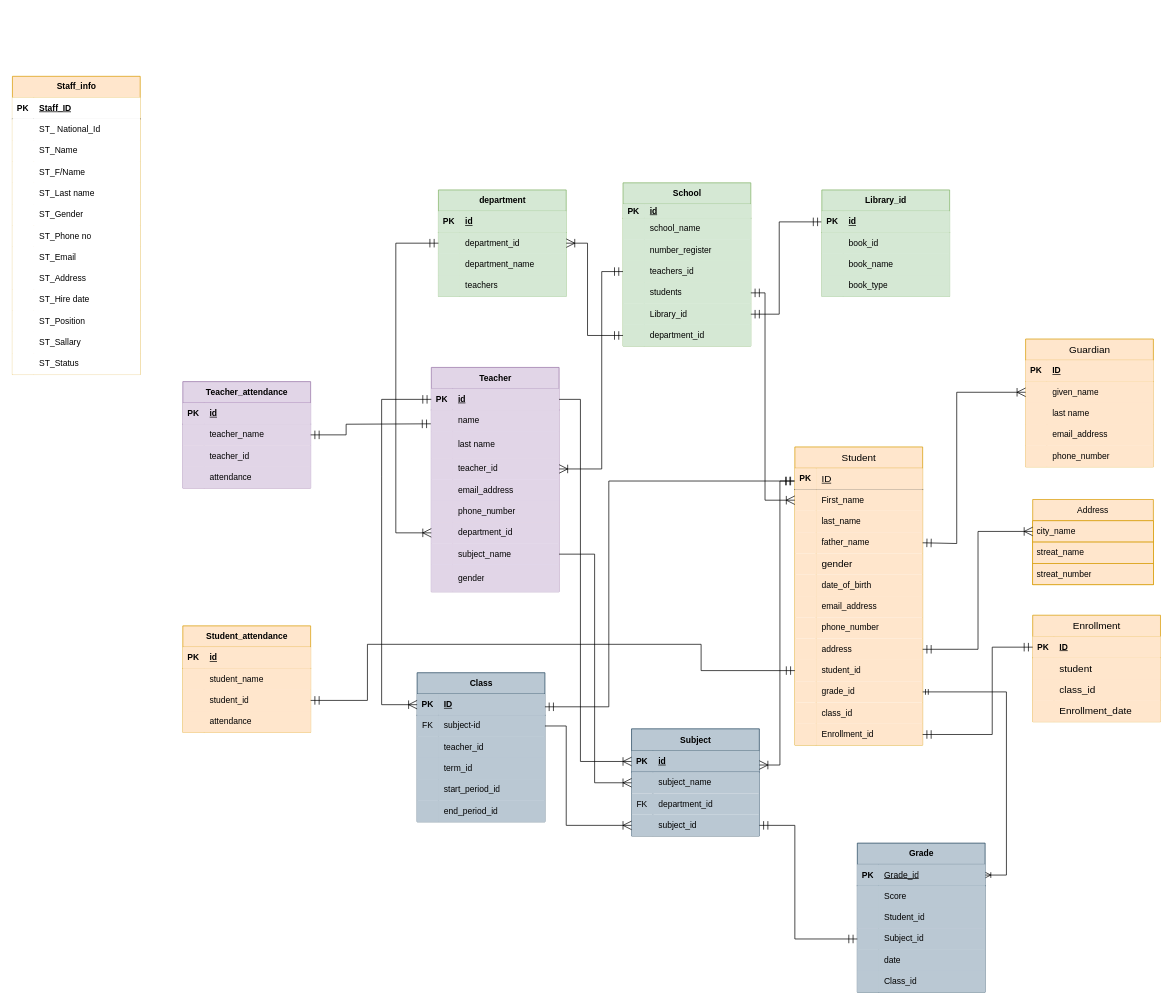
Earlier version of the draw.io diagram page "Page-1" (1 of 2) of ERD for School.drawio (murtazaGharibyar1383/Database-for-school). Source tidied: cells renumbered, new cells numbered last; positions are measured from the earlier drawing's top-left corner, leaving out a move shared by most shapes. Both pictures are drawn from the tidied source at 71%, with x=0, y=0 at pixel (12, 76).
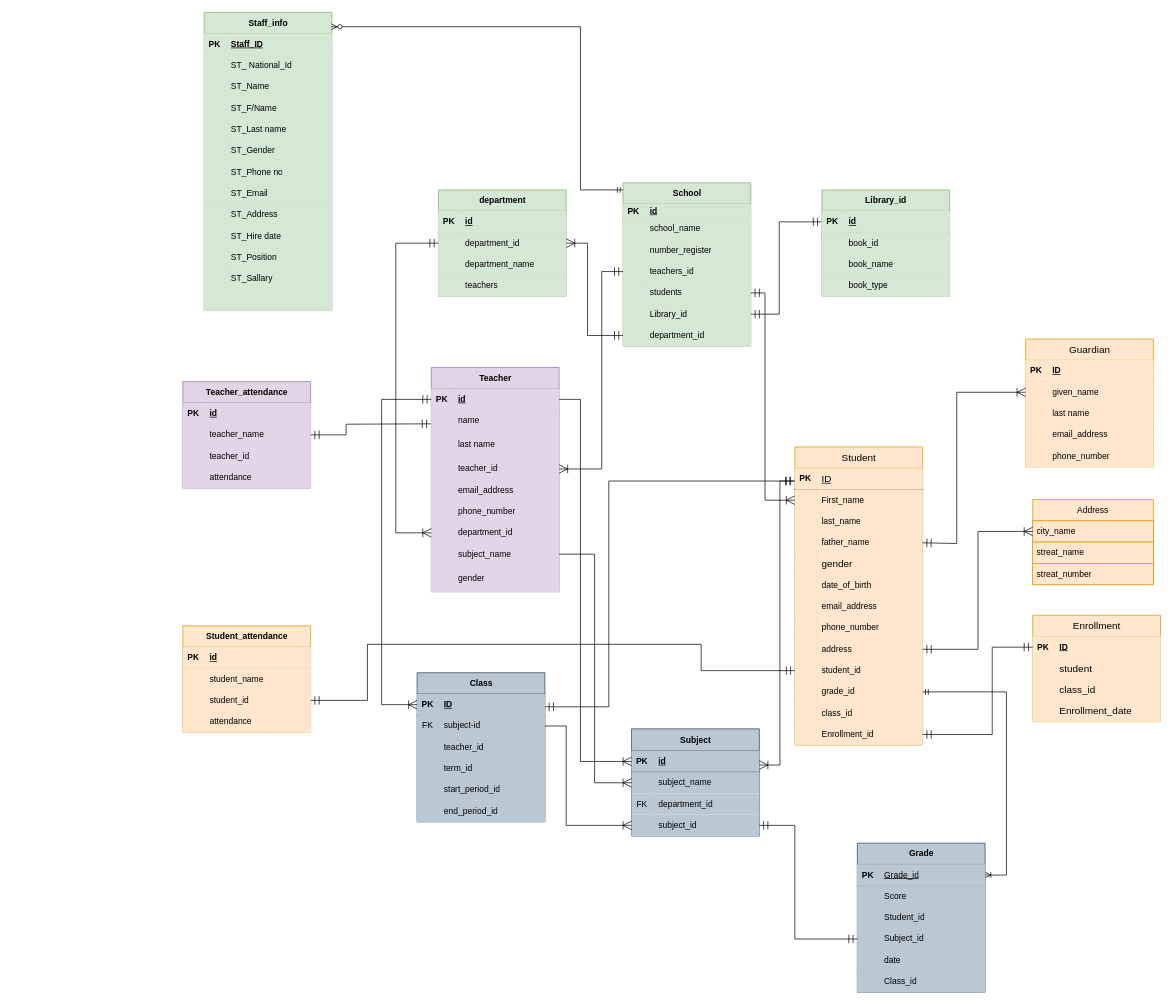
After the change.

The edit, as a diff of the source:
```diff
@@
-    <mxCell id="246" value="Staff_info" style="shape=table;startSize=30;childLayout=tableLayout;rowLines=0;fontStyle=1;align=center;html=1;fillColor=#ffe6cc;strokeColor=#d79b00;" parent="1" vertex="1">
-      <mxGeometry width="180" height="420" as="geometry" />
+    <mxCell id="246" value="Staff_info" style="shape=table;startSize=30;childLayout=tableLayout;rowLines=0;fontStyle=1;align=center;html=1;fillColor=#d5e8d4;strokeColor=#82b366;" parent="1" vertex="1">
+      <mxGeometry x="270" y="-90" width="180" height="420" as="geometry" />
     </mxCell>
-    <mxCell id="247" style="shape=tableRow;horizontal=0;startSize=0;swimlaneHead=0;swimlaneBody=0;top=0;left=0;right=0;bottom=1;" parent="246" vertex="1">
+    <mxCell id="247" style="shape=tableRow;horizontal=0;startSize=0;swimlaneHead=0;swimlaneBody=0;top=0;left=0;right=0;bottom=1;fillColor=#d5e8d4;strokeColor=#82b366;" parent="246" vertex="1">
       <mxGeometry y="30" width="180" height="30" as="geometry" />
     </mxCell>
-    <mxCell id="248" value="PK" style="shape=partialRectangle;top=0;left=0;bottom=0;right=0;fontStyle=1;overflow=hidden;whiteSpace=wrap;html=1;" parent="247" vertex="1">
+    <mxCell id="248" value="PK" style="shape=partialRectangle;top=0;left=0;bottom=0;right=0;fontStyle=1;overflow=hidden;whiteSpace=wrap;html=1;fillColor=#d5e8d4;strokeColor=#82b366;" parent="247" vertex="1">
       <mxGeometry width="30" height="30" as="geometry" />
     </mxCell>
-    <mxCell id="249" value="Staff_ID" style="shape=partialRectangle;top=0;left=0;bottom=0;right=0;align=left;spacingLeft=6;fontStyle=5;overflow=hidden;whiteSpace=wrap;html=1;" parent="247" vertex="1">
+    <mxCell id="249" value="Staff_ID" style="shape=partialRectangle;top=0;left=0;bottom=0;right=0;align=left;spacingLeft=6;fontStyle=5;overflow=hidden;whiteSpace=wrap;html=1;fillColor=#d5e8d4;strokeColor=#82b366;" parent="247" vertex="1">
       <mxGeometry x="30" width="150" height="30" as="geometry" />
     </mxCell>
-    <mxCell id="250" style="shape=tableRow;horizontal=0;startSize=0;swimlaneHead=0;swimlaneBody=0;top=0;left=0;right=0;bottom=0;" parent="246" vertex="1">
+    <mxCell id="250" style="shape=tableRow;horizontal=0;startSize=0;swimlaneHead=0;swimlaneBody=0;top=0;left=0;right=0;bottom=0;fillColor=#d5e8d4;strokeColor=#82b366;" parent="246" vertex="1">
       <mxGeometry y="60" width="180" height="30" as="geometry" />
     </mxCell>
-    <mxCell id="251" style="shape=partialRectangle;top=0;left=0;bottom=0;right=0;overflow=hidden;whiteSpace=wrap;html=1;" parent="250" vertex="1">
+    <mxCell id="251" style="shape=partialRectangle;top=0;left=0;bottom=0;right=0;overflow=hidden;whiteSpace=wrap;html=1;fillColor=#d5e8d4;strokeColor=#82b366;" parent="250" vertex="1">
       <mxGeometry width="30" height="30" as="geometry" />
     </mxCell>
-    <mxCell id="252" value="ST_ National_Id" style="shape=partialRectangle;top=0;left=0;bottom=0;right=0;align=left;spacingLeft=6;overflow=hidden;whiteSpace=wrap;html=1;" parent="250" vertex="1">
+    <mxCell id="252" value="ST_ National_Id" style="shape=partialRectangle;top=0;left=0;bottom=0;right=0;align=left;spacingLeft=6;overflow=hidden;whiteSpace=wrap;html=1;fillColor=#d5e8d4;strokeColor=#82b366;" parent="250" vertex="1">
       <mxGeometry x="30" width="150" height="30" as="geometry" />
     </mxCell>
-    <mxCell id="253" style="shape=tableRow;horizontal=0;startSize=0;swimlaneHead=0;swimlaneBody=0;top=0;left=0;right=0;bottom=0;" parent="246" vertex="1">
+    <mxCell id="253" style="shape=tableRow;horizontal=0;startSize=0;swimlaneHead=0;swimlaneBody=0;top=0;left=0;right=0;bottom=0;fillColor=#d5e8d4;strokeColor=#82b366;" parent="246" vertex="1">
       <mxGeometry y="90" width="180" height="30" as="geometry" />
     </mxCell>
-    <mxCell id="254" style="shape=partialRectangle;top=0;left=0;bottom=0;right=0;overflow=hidden;whiteSpace=wrap;html=1;" parent="253" vertex="1">
+    <mxCell id="254" style="shape=partialRectangle;top=0;left=0;bottom=0;right=0;overflow=hidden;whiteSpace=wrap;html=1;fillColor=#d5e8d4;strokeColor=#82b366;" parent="253" vertex="1">
       <mxGeometry width="30" height="30" as="geometry" />
     </mxCell>
-    <mxCell id="255" value="ST_Name" style="shape=partialRectangle;top=0;left=0;bottom=0;right=0;align=left;spacingLeft=6;overflow=hidden;whiteSpace=wrap;html=1;" parent="253" vertex="1">
+    <mxCell id="255" value="ST_Name" style="shape=partialRectangle;top=0;left=0;bottom=0;right=0;align=left;spacingLeft=6;overflow=hidden;whiteSpace=wrap;html=1;fillColor=#d5e8d4;strokeColor=#82b366;" parent="253" vertex="1">
       <mxGeometry x="30" width="150" height="30" as="geometry" />
     </mxCell>
-    <mxCell id="256" style="shape=tableRow;horizontal=0;startSize=0;swimlaneHead=0;swimlaneBody=0;top=0;left=0;right=0;bottom=0;" parent="246" vertex="1">
+    <mxCell id="256" style="shape=tableRow;horizontal=0;startSize=0;swimlaneHead=0;swimlaneBody=0;top=0;left=0;right=0;bottom=0;fillColor=#d5e8d4;strokeColor=#82b366;" parent="246" vertex="1">
       <mxGeometry y="120" width="180" height="30" as="geometry" />
     </mxCell>
-    <mxCell id="257" style="shape=partialRectangle;top=0;left=0;bottom=0;right=0;overflow=hidden;whiteSpace=wrap;html=1;" parent="256" vertex="1">
+    <mxCell id="257" style="shape=partialRectangle;top=0;left=0;bottom=0;right=0;overflow=hidden;whiteSpace=wrap;html=1;fillColor=#d5e8d4;strokeColor=#82b366;" parent="256" vertex="1">
       <mxGeometry width="30" height="30" as="geometry" />
     </mxCell>
-    <mxCell id="258" value="ST_F/Name" style="shape=partialRectangle;top=0;left=0;bottom=0;right=0;align=left;spacingLeft=6;overflow=hidden;whiteSpace=wrap;html=1;" parent="256" vertex="1">
+    <mxCell id="258" value="ST_F/Name" style="shape=partialRectangle;top=0;left=0;bottom=0;right=0;align=left;spacingLeft=6;overflow=hidden;whiteSpace=wrap;html=1;fillColor=#d5e8d4;strokeColor=#82b366;" parent="256" vertex="1">
       <mxGeometry x="30" width="150" height="30" as="geometry" />
     </mxCell>
-    <mxCell id="259" style="shape=tableRow;horizontal=0;startSize=0;swimlaneHead=0;swimlaneBody=0;top=0;left=0;right=0;bottom=0;" parent="246" vertex="1">
+    <mxCell id="259" style="shape=tableRow;horizontal=0;startSize=0;swimlaneHead=0;swimlaneBody=0;top=0;left=0;right=0;bottom=0;fillColor=#d5e8d4;strokeColor=#82b366;" parent="246" vertex="1">
       <mxGeometry y="150" width="180" height="30" as="geometry" />
     </mxCell>
-    <mxCell id="260" style="shape=partialRectangle;top=0;left=0;bottom=0;right=0;overflow=hidden;whiteSpace=wrap;html=1;" parent="259" vertex="1">
+    <mxCell id="260" style="shape=partialRectangle;top=0;left=0;bottom=0;right=0;overflow=hidden;whiteSpace=wrap;html=1;fillColor=#d5e8d4;strokeColor=#82b366;" parent="259" vertex="1">
       <mxGeometry width="30" height="30" as="geometry" />
     </mxCell>
-    <mxCell id="261" value="ST_Last name" style="shape=partialRectangle;top=0;left=0;bottom=0;right=0;align=left;spacingLeft=6;overflow=hidden;whiteSpace=wrap;html=1;" parent="259" vertex="1">
+    <mxCell id="261" value="ST_Last name" style="shape=partialRectangle;top=0;left=0;bottom=0;right=0;align=left;spacingLeft=6;overflow=hidden;whiteSpace=wrap;html=1;fillColor=#d5e8d4;strokeColor=#82b366;" parent="259" vertex="1">
       <mxGeometry x="30" width="150" height="30" as="geometry" />
     </mxCell>
-    <mxCell id="262" style="shape=tableRow;horizontal=0;startSize=0;swimlaneHead=0;swimlaneBody=0;top=0;left=0;right=0;bottom=0;" parent="246" vertex="1">
+    <mxCell id="262" style="shape=tableRow;horizontal=0;startSize=0;swimlaneHead=0;swimlaneBody=0;top=0;left=0;right=0;bottom=0;fillColor=#d5e8d4;strokeColor=#82b366;" parent="246" vertex="1">
       <mxGeometry y="180" width="180" height="30" as="geometry" />
     </mxCell>
-    <mxCell id="263" style="shape=partialRectangle;top=0;left=0;bottom=0;right=0;overflow=hidden;whiteSpace=wrap;html=1;" parent="262" vertex="1">
+    <mxCell id="263" style="shape=partialRectangle;top=0;left=0;bottom=0;right=0;overflow=hidden;whiteSpace=wrap;html=1;fillColor=#d5e8d4;strokeColor=#82b366;" parent="262" vertex="1">
       <mxGeometry width="30" height="30" as="geometry" />
     </mxCell>
-    <mxCell id="264" value="ST_Gender" style="shape=partialRectangle;top=0;left=0;bottom=0;right=0;align=left;spacingLeft=6;overflow=hidden;whiteSpace=wrap;html=1;" parent="262" vertex="1">
+    <mxCell id="264" value="ST_Gender" style="shape=partialRectangle;top=0;left=0;bottom=0;right=0;align=left;spacingLeft=6;overflow=hidden;whiteSpace=wrap;html=1;fillColor=#d5e8d4;strokeColor=#82b366;" parent="262" vertex="1">
       <mxGeometry x="30" width="150" height="30" as="geometry" />
     </mxCell>
-    <mxCell id="265" style="shape=tableRow;horizontal=0;startSize=0;swimlaneHead=0;swimlaneBody=0;top=0;left=0;right=0;bottom=0;" parent="246" vertex="1">
+    <mxCell id="265" style="shape=tableRow;horizontal=0;startSize=0;swimlaneHead=0;swimlaneBody=0;top=0;left=0;right=0;bottom=0;fillColor=#d5e8d4;strokeColor=#82b366;" parent="246" vertex="1">
       <mxGeometry y="210" width="180" height="30" as="geometry" />
     </mxCell>
-    <mxCell id="266" style="shape=partialRectangle;top=0;left=0;bottom=0;right=0;overflow=hidden;whiteSpace=wrap;html=1;" parent="265" vertex="1">
+    <mxCell id="266" style="shape=partialRectangle;top=0;left=0;bottom=0;right=0;overflow=hidden;whiteSpace=wrap;html=1;fillColor=#d5e8d4;strokeColor=#82b366;" parent="265" vertex="1">
       <mxGeometry width="30" height="30" as="geometry" />
     </mxCell>
-    <mxCell id="267" value="ST_Phone no" style="shape=partialRectangle;top=0;left=0;bottom=0;right=0;align=left;spacingLeft=6;overflow=hidden;whiteSpace=wrap;html=1;" parent="265" vertex="1">
+    <mxCell id="267" value="ST_Phone no" style="shape=partialRectangle;top=0;left=0;bottom=0;right=0;align=left;spacingLeft=6;overflow=hidden;whiteSpace=wrap;html=1;fillColor=#d5e8d4;strokeColor=#82b366;" parent="265" vertex="1">
       <mxGeometry x="30" width="150" height="30" as="geometry" />
     </mxCell>
-    <mxCell id="268" style="shape=tableRow;horizontal=0;startSize=0;swimlaneHead=0;swimlaneBody=0;top=0;left=0;right=0;bottom=0;" parent="246" vertex="1">
+    <mxCell id="268" style="shape=tableRow;horizontal=0;startSize=0;swimlaneHead=0;swimlaneBody=0;top=0;left=0;right=0;bottom=0;fillColor=#d5e8d4;strokeColor=#82b366;" parent="246" vertex="1">
       <mxGeometry y="240" width="180" height="30" as="geometry" />
     </mxCell>
-    <mxCell id="269" style="shape=partialRectangle;top=0;left=0;bottom=0;right=0;overflow=hidden;whiteSpace=wrap;html=1;" parent="268" vertex="1">
+    <mxCell id="269" style="shape=partialRectangle;top=0;left=0;bottom=0;right=0;overflow=hidden;whiteSpace=wrap;html=1;fillColor=#d5e8d4;strokeColor=#82b366;" parent="268" vertex="1">
       <mxGeometry width="30" height="30" as="geometry" />
     </mxCell>
-    <mxCell id="270" value="ST_Email" style="shape=partialRectangle;top=0;left=0;bottom=0;right=0;align=left;spacingLeft=6;overflow=hidden;whiteSpace=wrap;html=1;" parent="268" vertex="1">
+    <mxCell id="270" value="ST_Email" style="shape=partialRectangle;top=0;left=0;bottom=0;right=0;align=left;spacingLeft=6;overflow=hidden;whiteSpace=wrap;html=1;fillColor=#d5e8d4;strokeColor=#82b366;" parent="268" vertex="1">
       <mxGeometry x="30" width="150" height="30" as="geometry" />
     </mxCell>
-    <mxCell id="271" style="shape=tableRow;horizontal=0;startSize=0;swimlaneHead=0;swimlaneBody=0;top=0;left=0;right=0;bottom=0;" parent="246" vertex="1">
+    <mxCell id="271" style="shape=tableRow;horizontal=0;startSize=0;swimlaneHead=0;swimlaneBody=0;top=0;left=0;right=0;bottom=0;fillColor=#d5e8d4;strokeColor=#82b366;" parent="246" vertex="1">
       <mxGeometry y="270" width="180" height="30" as="geometry" />
     </mxCell>
-    <mxCell id="272" style="shape=partialRectangle;top=0;left=0;bottom=0;right=0;overflow=hidden;whiteSpace=wrap;html=1;" parent="271" vertex="1">
+    <mxCell id="272" style="shape=partialRectangle;top=0;left=0;bottom=0;right=0;overflow=hidden;whiteSpace=wrap;html=1;fillColor=#d5e8d4;strokeColor=#82b366;" parent="271" vertex="1">
       <mxGeometry width="30" height="30" as="geometry" />
     </mxCell>
-    <mxCell id="273" value="ST_Address" style="shape=partialRectangle;top=0;left=0;bottom=0;right=0;align=left;spacingLeft=6;overflow=hidden;whiteSpace=wrap;html=1;" parent="271" vertex="1">
+    <mxCell id="273" value="ST_Address" style="shape=partialRectangle;top=0;left=0;bottom=0;right=0;align=left;spacingLeft=6;overflow=hidden;whiteSpace=wrap;html=1;fillColor=#d5e8d4;strokeColor=#82b366;" parent="271" vertex="1">
       <mxGeometry x="30" width="150" height="30" as="geometry" />
     </mxCell>
-    <mxCell id="274" style="shape=tableRow;horizontal=0;startSize=0;swimlaneHead=0;swimlaneBody=0;top=0;left=0;right=0;bottom=0;" parent="246" vertex="1">
+    <mxCell id="274" style="shape=tableRow;horizontal=0;startSize=0;swimlaneHead=0;swimlaneBody=0;top=0;left=0;right=0;bottom=0;fillColor=#d5e8d4;strokeColor=#82b366;" parent="246" vertex="1">
       <mxGeometry y="300" width="180" height="30" as="geometry" />
     </mxCell>
-    <mxCell id="275" style="shape=partialRectangle;top=0;left=0;bottom=0;right=0;overflow=hidden;whiteSpace=wrap;html=1;" parent="274" vertex="1">
+    <mxCell id="275" style="shape=partialRectangle;top=0;left=0;bottom=0;right=0;overflow=hidden;whiteSpace=wrap;html=1;fillColor=#d5e8d4;strokeColor=#82b366;" parent="274" vertex="1">
       <mxGeometry width="30" height="30" as="geometry" />
     </mxCell>
-    <mxCell id="276" value="ST_Hire date" style="shape=partialRectangle;top=0;left=0;bottom=0;right=0;align=left;spacingLeft=6;overflow=hidden;whiteSpace=wrap;html=1;" parent="274" vertex="1">
+    <mxCell id="276" value="ST_Hire date" style="shape=partialRectangle;top=0;left=0;bottom=0;right=0;align=left;spacingLeft=6;overflow=hidden;whiteSpace=wrap;html=1;fillColor=#d5e8d4;strokeColor=#82b366;" parent="274" vertex="1">
       <mxGeometry x="30" width="150" height="30" as="geometry" />
     </mxCell>
-    <mxCell id="277" style="shape=tableRow;horizontal=0;startSize=0;swimlaneHead=0;swimlaneBody=0;top=0;left=0;right=0;bottom=0;" parent="246" vertex="1">
+    <mxCell id="277" style="shape=tableRow;horizontal=0;startSize=0;swimlaneHead=0;swimlaneBody=0;top=0;left=0;right=0;bottom=0;fillColor=#d5e8d4;strokeColor=#82b366;" parent="246" vertex="1">
       <mxGeometry y="330" width="180" height="30" as="geometry" />
     </mxCell>
-    <mxCell id="278" style="shape=partialRectangle;top=0;left=0;bottom=0;right=0;overflow=hidden;whiteSpace=wrap;html=1;" parent="277" vertex="1">
+    <mxCell id="278" style="shape=partialRectangle;top=0;left=0;bottom=0;right=0;overflow=hidden;whiteSpace=wrap;html=1;fillColor=#d5e8d4;strokeColor=#82b366;" parent="277" vertex="1">
       <mxGeometry width="30" height="30" as="geometry" />
     </mxCell>
-    <mxCell id="279" value="ST_Position" style="shape=partialRectangle;top=0;left=0;bottom=0;right=0;align=left;spacingLeft=6;overflow=hidden;whiteSpace=wrap;html=1;" parent="277" vertex="1">
+    <mxCell id="279" value="ST_Position" style="shape=partialRectangle;top=0;left=0;bottom=0;right=0;align=left;spacingLeft=6;overflow=hidden;whiteSpace=wrap;html=1;fillColor=#d5e8d4;strokeColor=#82b366;" parent="277" vertex="1">
       <mxGeometry x="30" width="150" height="30" as="geometry" />
     </mxCell>
-    <mxCell id="280" style="shape=tableRow;horizontal=0;startSize=0;swimlaneHead=0;swimlaneBody=0;top=0;left=0;right=0;bottom=0;" parent="246" vertex="1">
+    <mxCell id="280" style="shape=tableRow;horizontal=0;startSize=0;swimlaneHead=0;swimlaneBody=0;top=0;left=0;right=0;bottom=0;fillColor=#d5e8d4;strokeColor=#82b366;" parent="246" vertex="1">
       <mxGeometry y="360" width="180" height="30" as="geometry" />
     </mxCell>
-    <mxCell id="281" style="shape=partialRectangle;top=0;left=0;bottom=0;right=0;overflow=hidden;whiteSpace=wrap;html=1;" parent="280" vertex="1">
+    <mxCell id="281" style="shape=partialRectangle;top=0;left=0;bottom=0;right=0;overflow=hidden;whiteSpace=wrap;html=1;fillColor=#d5e8d4;strokeColor=#82b366;" parent="280" vertex="1">
       <mxGeometry width="30" height="30" as="geometry" />
     </mxCell>
-    <mxCell id="282" value="ST_Sallary" style="shape=partialRectangle;top=0;left=0;bottom=0;right=0;align=left;spacingLeft=6;overflow=hidden;whiteSpace=wrap;html=1;" parent="280" vertex="1">
+    <mxCell id="282" value="ST_Sallary" style="shape=partialRectangle;top=0;left=0;bottom=0;right=0;align=left;spacingLeft=6;overflow=hidden;whiteSpace=wrap;html=1;fillColor=#d5e8d4;strokeColor=#82b366;" parent="280" vertex="1">
       <mxGeometry x="30" width="150" height="30" as="geometry" />
     </mxCell>
-    <mxCell id="283" style="shape=tableRow;horizontal=0;startSize=0;swimlaneHead=0;swimlaneBody=0;top=0;left=0;right=0;bottom=0;" parent="246" vertex="1">
+    <mxCell id="283" style="shape=tableRow;horizontal=0;startSize=0;swimlaneHead=0;swimlaneBody=0;top=0;left=0;right=0;bottom=0;fillColor=#d5e8d4;strokeColor=#82b366;" parent="246" vertex="1">
       <mxGeometry y="390" width="180" height="30" as="geometry" />
     </mxCell>
-    <mxCell id="284" style="shape=partialRectangle;top=0;left=0;bottom=0;right=0;overflow=hidden;whiteSpace=wrap;html=1;" parent="283" vertex="1">
+    <mxCell id="284" style="shape=partialRectangle;top=0;left=0;bottom=0;right=0;overflow=hidden;whiteSpace=wrap;html=1;fillColor=#d5e8d4;strokeColor=#82b366;" parent="283" vertex="1">
       <mxGeometry width="30" height="30" as="geometry" />
     </mxCell>
-    <mxCell id="285" value="ST_Status" style="shape=partialRectangle;top=0;left=0;bottom=0;right=0;align=left;spacingLeft=6;overflow=hidden;whiteSpace=wrap;html=1;" parent="283" vertex="1">
+    <mxCell id="285" style="shape=partialRectangle;top=0;left=0;bottom=0;right=0;align=left;spacingLeft=6;overflow=hidden;whiteSpace=wrap;html=1;fillColor=#d5e8d4;strokeColor=#82b366;" parent="283" vertex="1">
       <mxGeometry x="30" width="150" height="30" as="geometry" />
     </mxCell>
+    <mxCell id="286" style="edgeStyle=elbowEdgeStyle;fontSize=12;html=1;endArrow=ERzeroToMany;startArrow=ERmandOne;rounded=0;entryX=0.996;entryY=0.048;entryDx=0;entryDy=0;entryPerimeter=0;" parent="1" edge="1" target="246">
+      <mxGeometry relative="1" as="geometry">
+        <mxPoint x="860" y="160" as="sourcePoint" />
+        <Array as="points">
+          <mxPoint x="800" y="-20" />
+        </Array>
+      </mxGeometry>
+    </mxCell>
```
